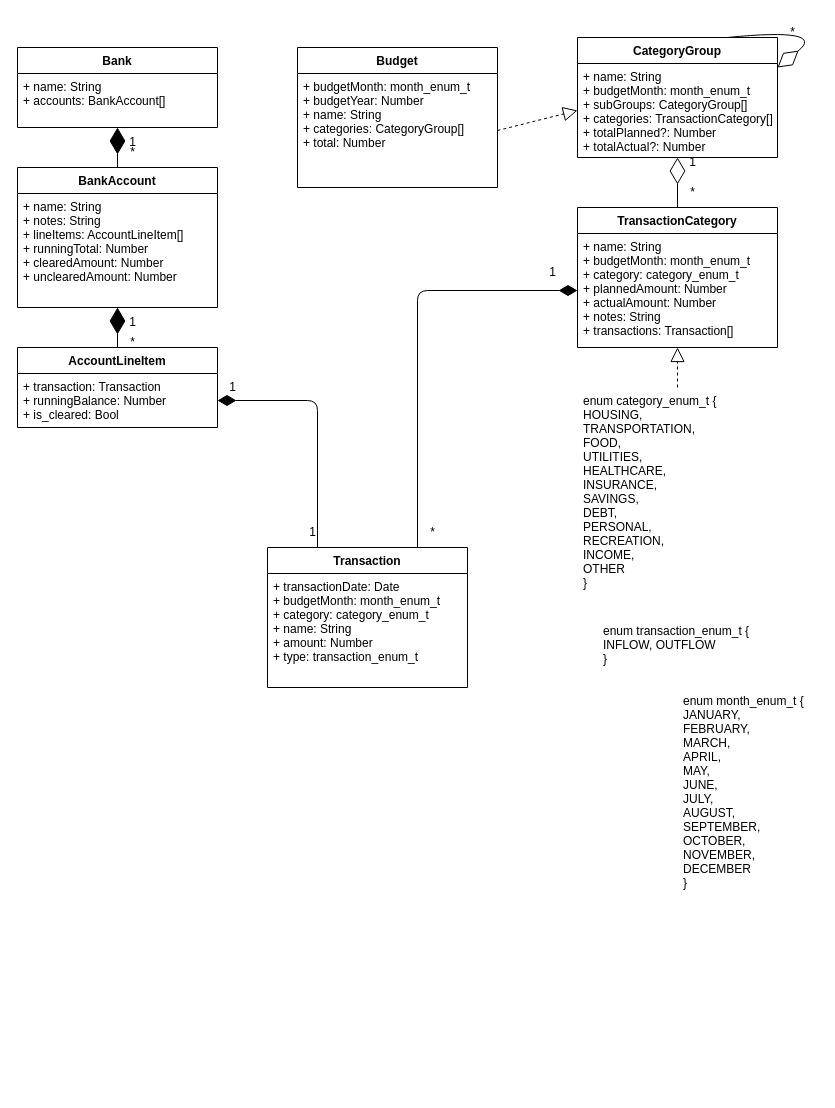
Earlier version of the draw.io diagram Documentation/DataContainer.drawio (simpsric/BudgetApp1.0). Source tidied: cells renumbered, new cells numbered last; positions are measured from the earlier drawing's top-left corner, leaving out a move shared by most shapes. Both pictures are drawn from the tidied source at 100%, with x=0, y=0 at pixel (17, 17).
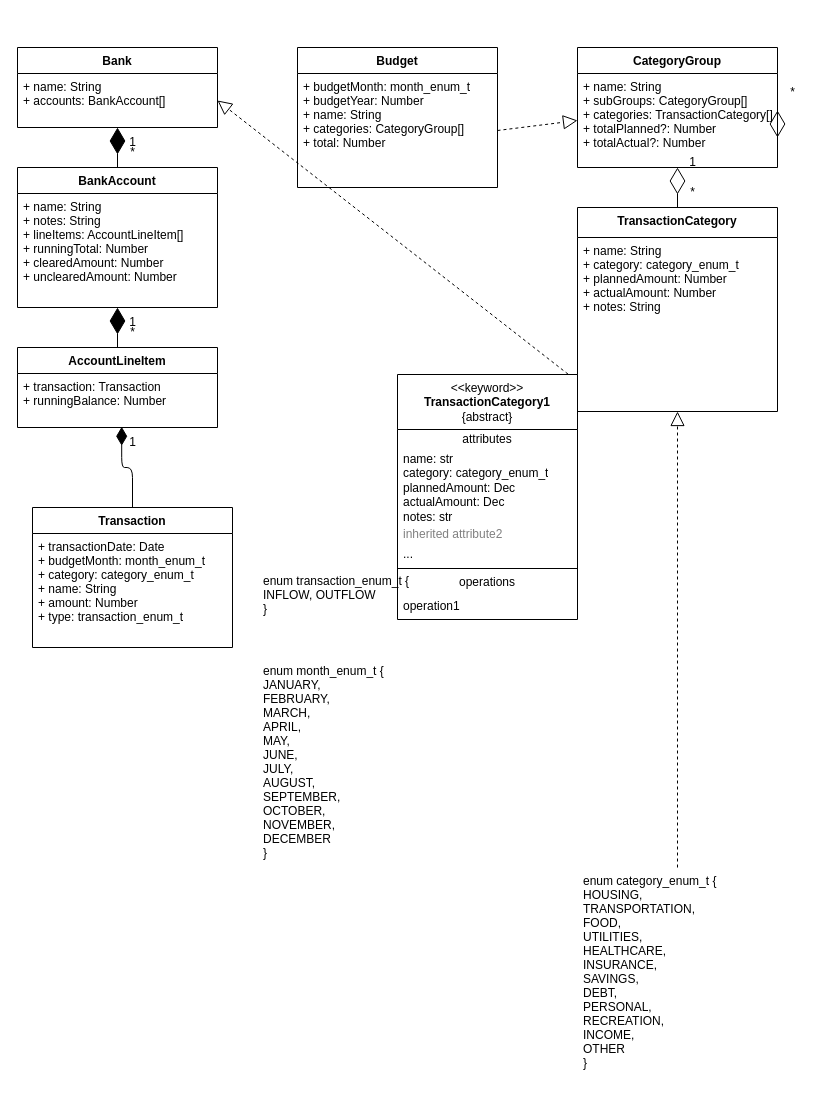
Above is the later version.

Commit message (it also covers changes not shown here):
Add Bank and Transaction classes to documentation: created a class diagram for Bank, BankAccount, AccountLineItem, and Transaction, detailing their attributes and methods.

Unchanged cells that the change refers to:
```xml
<mxCell id="13" value="+ name: String&#10;+ accounts: BankAccount[]" style="text;strokeColor=none;fillColor=none;align=left;verticalAlign=top;spacingLeft=4;spacingRight=4;overflow=hidden;points=[[0,0.5],[1,0.5]];portConstraint=eastwest;" parent="12" vertex="1">
  <mxGeometry y="26" width="200" height="54" as="geometry" />
</mxCell>
<mxCell id="16" value="AccountLineItem" style="swimlane;fontStyle=1;align=center;verticalAlign=top;horizontal=1;startSize=26;" parent="1" vertex="1">
  <mxGeometry y="330" width="200" height="80" as="geometry" />
</mxCell>
```

Diff of the diagram source:
```diff
@@
-    <mxCell id="2" style="edgeStyle=orthogonalEdgeStyle;html=1;exitX=0.75;exitY=0;exitDx=0;exitDy=0;entryX=0;entryY=0.5;entryDx=0;entryDy=0;endArrow=diamondThin;endFill=1;endSize=16;" parent="1" edge="1" source="4" target="11">
-      <mxGeometry relative="1" as="geometry" />
-    </mxCell>
-    <mxCell id="3" style="edgeStyle=orthogonalEdgeStyle;html=1;exitX=0.25;exitY=0;exitDx=0;exitDy=0;entryX=1;entryY=0.5;entryDx=0;entryDy=0;endArrow=diamondThin;endFill=1;endSize=16;" parent="1" edge="1" source="4" target="17">
+    <mxCell id="3" style="edgeStyle=orthogonalEdgeStyle;html=1;exitX=0.5;exitY=0;exitDx=0;exitDy=0;entryX=0.521;entryY=0.987;entryDx=0;entryDy=0;endArrow=diamondThin;endFill=1;endSize=16;entryPerimeter=0;" parent="1" edge="1" source="4" target="17">
       <mxGeometry relative="1" as="geometry" />
     </mxCell>
     <mxCell id="4" value="Transaction" style="swimlane;fontStyle=1;align=center;verticalAlign=top;horizontal=1;startSize=26;" parent="1" vertex="1">
-      <mxGeometry x="250" y="530" width="200" height="140" as="geometry" />
+      <mxGeometry x="15" y="490" width="200" height="140" as="geometry" />
     </mxCell>
@@
     <mxCell id="8" value="CategoryGroup" style="swimlane;fontStyle=1;align=center;verticalAlign=top;horizontal=1;startSize=26;" parent="1" vertex="1">
-      <mxGeometry x="560" y="20" width="200" height="120" as="geometry" />
+      <mxGeometry x="560" y="30" width="200" height="120" as="geometry" />
     </mxCell>
-    <mxCell id="9" value="+ name: String&#10;+ budgetMonth: month_enum_t&#10;+ subGroups: CategoryGroup[]&#10;+ categories: TransactionCategory[]&#10;+ totalPlanned?: Number&#10;+ totalActual?: Number" style="text;strokeColor=none;fillColor=none;align=left;verticalAlign=top;spacingLeft=4;spacingRight=4;overflow=hidden;points=[[0,0.5],[1,0.5]];portConstraint=eastwest;" parent="8" vertex="1">
+    <mxCell id="9" value="+ name: String&#10;+ subGroups: CategoryGroup[]&#10;+ categories: TransactionCategory[]&#10;+ totalPlanned?: Number&#10;+ totalActual?: Number" style="text;strokeColor=none;fillColor=none;align=left;verticalAlign=top;spacingLeft=4;spacingRight=4;overflow=hidden;points=[[0,0.5],[1,0.5]];portConstraint=eastwest;" parent="8" vertex="1">
       <mxGeometry y="26" width="200" height="94" as="geometry" />
     </mxCell>
-    <mxCell id="10" value="TransactionCategory" style="swimlane;fontStyle=1;align=center;verticalAlign=top;horizontal=1;startSize=26;" parent="1" vertex="1">
-      <mxGeometry x="560" y="190" width="200" height="140" as="geometry" />
+    <mxCell id="10" value="TransactionCategory" style="swimlane;fontStyle=1;align=center;verticalAlign=top;horizontal=1;startSize=30;" parent="1" vertex="1">
+      <mxGeometry x="560" y="190" width="200" height="204" as="geometry" />
     </mxCell>
-    <mxCell id="11" value="+ name: String&#10;+ budgetMonth: month_enum_t&#10;+ category: category_enum_t&#10;+ plannedAmount: Number&#10;+ actualAmount: Number&#10;+ notes: String&#10;+ transactions: Transaction[]" style="text;strokeColor=none;fillColor=none;align=left;verticalAlign=top;spacingLeft=4;spacingRight=4;overflow=hidden;points=[[0,0.5],[1,0.5]];portConstraint=eastwest;" parent="10" vertex="1">
-      <mxGeometry y="26" width="200" height="114" as="geometry" />
+    <mxCell id="11" value="+ name: String&#10;+ category: category_enum_t&#10;+ plannedAmount: Number&#10;+ actualAmount: Number&#10;+ notes: String" style="text;strokeColor=none;fillColor=none;align=left;verticalAlign=top;spacingLeft=4;spacingRight=4;overflow=hidden;points=[[0,0.5],[1,0.5]];portConstraint=eastwest;" parent="10" vertex="1">
+      <mxGeometry y="30" width="200" height="174" as="geometry" />
     </mxCell>
+    <mxCell id="38" style="line;strokeWidth=1;fillColor=none;align=left;verticalAlign=middle;spacingTop=-1;spacingLeft=3;spacingRight=3;labelPosition=right;points=[];portConstraint=eastwest;strokeColor=inherit;" parent="10">
+      <mxGeometry y="120" width="200" height="8" as="geometry" />
+    </mxCell>
+    <mxCell id="30" value="+ getTransactions(banks: Bank[]): &#10;    Transaction[]&#10;+ parseTransactions(banks: Bank[]): &#10;    Transaction[]" style="text;strokeColor=none;fillColor=none;align=left;verticalAlign=top;spacingLeft=4;spacingRight=4;overflow=hidden;points=[[0,0.5],[1,0.5]];portConstraint=eastwest;" parent="10">
+      <mxGeometry y="128" width="200" height="92" as="geometry" />
+    </mxCell>
@@
-    <mxCell id="17" value="+ transaction: Transaction&#10;+ runningBalance: Number&#10;+ is_cleared: Bool" style="text;strokeColor=none;fillColor=none;align=left;verticalAlign=top;spacingLeft=4;spacingRight=4;overflow=hidden;points=[[0,0.5],[1,0.5]];portConstraint=eastwest;" parent="16" vertex="1">
+    <mxCell id="17" value="+ transaction: Transaction&#10;+ runningBalance: Number" style="text;strokeColor=none;fillColor=none;align=left;verticalAlign=top;spacingLeft=4;spacingRight=4;overflow=hidden;points=[[0,0.5],[1,0.5]];portConstraint=eastwest;" parent="16" vertex="1">
       <mxGeometry y="26" width="200" height="54" as="geometry" />
     </mxCell>
@@
-    <mxCell id="20" value="1" style="text;html=1;align=center;verticalAlign=middle;strokeColor=none;fillColor=none;" parent="1" vertex="1">
-      <mxGeometry x="280" y="500" width="30" height="30" as="geometry" />
-    </mxCell>
@@
     <mxCell id="22" value="*" style="text;html=1;align=center;verticalAlign=middle;strokeColor=none;fillColor=none;" parent="1" vertex="1">
-      <mxGeometry x="100" y="310" width="30" height="30" as="geometry" />
+      <mxGeometry x="100" y="300" width="30" height="30" as="geometry" />
     </mxCell>
@@
     <mxCell id="24" value="1" style="text;html=1;align=center;verticalAlign=middle;strokeColor=none;fillColor=none;" parent="1" vertex="1">
-      <mxGeometry x="200" y="355" width="30" height="30" as="geometry" />
+      <mxGeometry x="100" y="410" width="30" height="30" as="geometry" />
     </mxCell>
     <mxCell id="25" value="enum transaction_enum_t {&#10;    INFLOW, OUTFLOW&#10;}" style="text;strokeColor=none;fillColor=none;align=left;verticalAlign=top;spacingLeft=4;spacingRight=4;overflow=hidden;" parent="1" vertex="1">
-      <mxGeometry x="580" y="600" width="160" height="60" as="geometry" />
+      <mxGeometry x="240" y="550" width="160" height="60" as="geometry" />
     </mxCell>
     <mxCell id="26" value="enum category_enum_t {&#10;    HOUSING,&#10;    TRANSPORTATION,&#10;    FOOD,&#10;    UTILITIES,&#10;    HEALTHCARE,&#10;    INSURANCE,&#10;    SAVINGS,&#10;    DEBT,&#10;    PERSONAL,&#10;    RECREATION,&#10;    INCOME,&#10;    OTHER&#10;}" style="text;strokeColor=none;fillColor=none;align=left;verticalAlign=top;spacingLeft=4;spacingRight=4;overflow=hidden;points=[[0,0.5],[1,0.5]];portConstraint=eastwest;" parent="1" vertex="1">
-      <mxGeometry x="560" y="370" width="200" height="220" as="geometry" />
+      <mxGeometry x="560" y="850" width="200" height="220" as="geometry" />
     </mxCell>
     <mxCell id="27" value="enum month_enum_t {&#10;    JANUARY,&#10;    FEBRUARY,&#10;    MARCH,&#10;    APRIL,&#10;    MAY,&#10;    JUNE,&#10;    JULY,&#10;    AUGUST,&#10;    SEPTEMBER,&#10;    OCTOBER,&#10;    NOVEMBER,&#10;    DECEMBER&#10;}" style="text;strokeColor=none;fillColor=none;align=left;verticalAlign=top;spacingLeft=4;spacingRight=4;overflow=hidden;" parent="1" vertex="1">
-      <mxGeometry x="660" y="670" width="140" height="220" as="geometry" />
+      <mxGeometry x="240" y="640" width="140" height="220" as="geometry" />
     </mxCell>
@@
-    <mxCell id="30" style="endArrow=block;dashed=1;endFill=0;endSize=12;html=1;rounded=0;exitX=0.5;exitY=0;exitDx=0;exitDy=0;entryX=0.5;entryY=1;entryDx=0;entryDy=0;" parent="1" edge="1" source="26" target="10">
-      <mxGeometry relative="1" as="geometry" />
-    </mxCell>
+    <mxCell id="39" style="endArrow=block;dashed=1;endFill=0;endSize=12;html=1;rounded=0;exitX=0.5;exitY=0;exitDx=0;exitDy=0;entryX=0.5;entryY=1;entryDx=0;entryDy=0;" parent="1" edge="1" source="26" target="10">
+      <mxGeometry relative="1" as="geometry" />
+    </mxCell>
@@
-    <mxCell id="33" style="endArrow=diamondThin;endFill=0;endSize=24;html=1;rounded=0;curved=1;exitX=0.75;exitY=0;exitDx=0;exitDy=0;entryX=1;entryY=0.25;entryDx=0;entryDy=0;" parent="1" edge="1" source="8" target="8">
-      <mxGeometry relative="1" as="geometry">
-        <Array as="points">
-          <mxPoint x="810" y="10" />
-        </Array>
-      </mxGeometry>
+    <mxCell id="33" style="endArrow=diamondThin;endFill=0;endSize=24;html=1;rounded=0;exitX=1;exitY=0.25;exitDx=0;exitDy=0;entryX=1;entryY=0.75;entryDx=0;entryDy=0;" parent="1" edge="1" source="8" target="8">
+      <mxGeometry relative="1" as="geometry" />
     </mxCell>
     <mxCell id="34" value="*" style="text;html=1;align=center;verticalAlign=middle;strokeColor=none;fillColor=none;" parent="1" vertex="1">
-      <mxGeometry x="760" width="30" height="30" as="geometry" />
+      <mxGeometry x="760" y="60" width="30" height="30" as="geometry" />
     </mxCell>
-    <mxCell id="35" value="1" style="text;html=1;align=center;verticalAlign=middle;strokeColor=none;fillColor=none;" parent="1" vertex="1">
-      <mxGeometry x="520" y="240" width="30" height="30" as="geometry" />
-    </mxCell>
-    <mxCell id="36" value="*" style="text;html=1;align=center;verticalAlign=middle;strokeColor=none;fillColor=none;" parent="1" vertex="1">
-      <mxGeometry x="400" y="500" width="30" height="30" as="geometry" />
-    </mxCell>
@@
+    <mxCell id="40" style="endArrow=block;dashed=1;endFill=0;endSize=12;html=1;rounded=0;exitX=0;exitY=0.5;exitDx=0;exitDy=0;entryX=1;entryY=0.5;entryDx=0;entryDy=0;" parent="1" edge="1" source="30" target="13">
+      <mxGeometry relative="1" as="geometry" />
+    </mxCell>
+    <mxCell id="41" value="&amp;lt;&amp;lt;keyword&amp;gt;&amp;gt;&lt;br&gt;&lt;b&gt;TransactionCategory1&lt;/b&gt;&lt;div&gt;{abstract}&lt;/div&gt;" style="swimlane;fontStyle=0;align=center;verticalAlign=top;horizontal=1;startSize=55;html=1;whiteSpace=wrap;" parent="1" vertex="1">
+      <mxGeometry x="380" y="357" width="180" height="245" as="geometry" />
+    </mxCell>
+    <mxCell id="42" value="attributes" style="text;html=1;strokeColor=none;fillColor=none;align=center;verticalAlign=middle;spacingLeft=4;spacingRight=4;overflow=hidden;whiteSpace=wrap;" parent="41" vertex="1">
+      <mxGeometry y="55" width="180" height="20" as="geometry" />
+    </mxCell>
+    <mxCell id="43" value="name: str&lt;div&gt;category: category_enum_t&lt;/div&gt;&lt;div&gt;plannedAmount: Dec&lt;/div&gt;&lt;div&gt;actualAmount: Dec&lt;/div&gt;&lt;div&gt;notes: str&lt;/div&gt;" style="text;html=1;strokeColor=none;fillColor=none;align=left;verticalAlign=middle;spacingLeft=4;spacingRight=4;overflow=hidden;whiteSpace=wrap;" parent="41" vertex="1">
+      <mxGeometry y="75" width="180" height="75" as="geometry" />
+    </mxCell>
+    <mxCell id="44" value="inherited attribute2" style="text;html=1;strokeColor=none;fillColor=none;align=left;verticalAlign=middle;spacingLeft=4;spacingRight=4;overflow=hidden;fontColor=#808080;whiteSpace=wrap;" parent="41" vertex="1">
+      <mxGeometry y="150" width="180" height="20" as="geometry" />
+    </mxCell>
+    <mxCell id="45" value="..." style="text;html=1;strokeColor=none;fillColor=none;align=left;verticalAlign=middle;spacingLeft=4;spacingRight=4;overflow=hidden;whiteSpace=wrap;" parent="41" vertex="1">
+      <mxGeometry y="170" width="180" height="20" as="geometry" />
+    </mxCell>
+    <mxCell id="46" style="line;strokeWidth=1;fillColor=none;align=left;verticalAlign=middle;spacingTop=-1;spacingLeft=3;spacingRight=3;labelPosition=right;" parent="41" vertex="1">
+      <mxGeometry y="190" width="180" height="8" as="geometry" />
+    </mxCell>
+    <mxCell id="47" value="operations" style="text;html=1;strokeColor=none;fillColor=none;align=center;verticalAlign=middle;spacingLeft=4;spacingRight=4;overflow=hidden;whiteSpace=wrap;" parent="41" vertex="1">
+      <mxGeometry y="198" width="180" height="20" as="geometry" />
+    </mxCell>
+    <mxCell id="48" value="operation1" style="text;html=1;strokeColor=none;fillColor=none;align=left;verticalAlign=middle;spacingLeft=4;spacingRight=4;overflow=hidden;whiteSpace=wrap;" parent="41" vertex="1">
+      <mxGeometry y="218" width="180" height="27" as="geometry" />
+    </mxCell>
```
